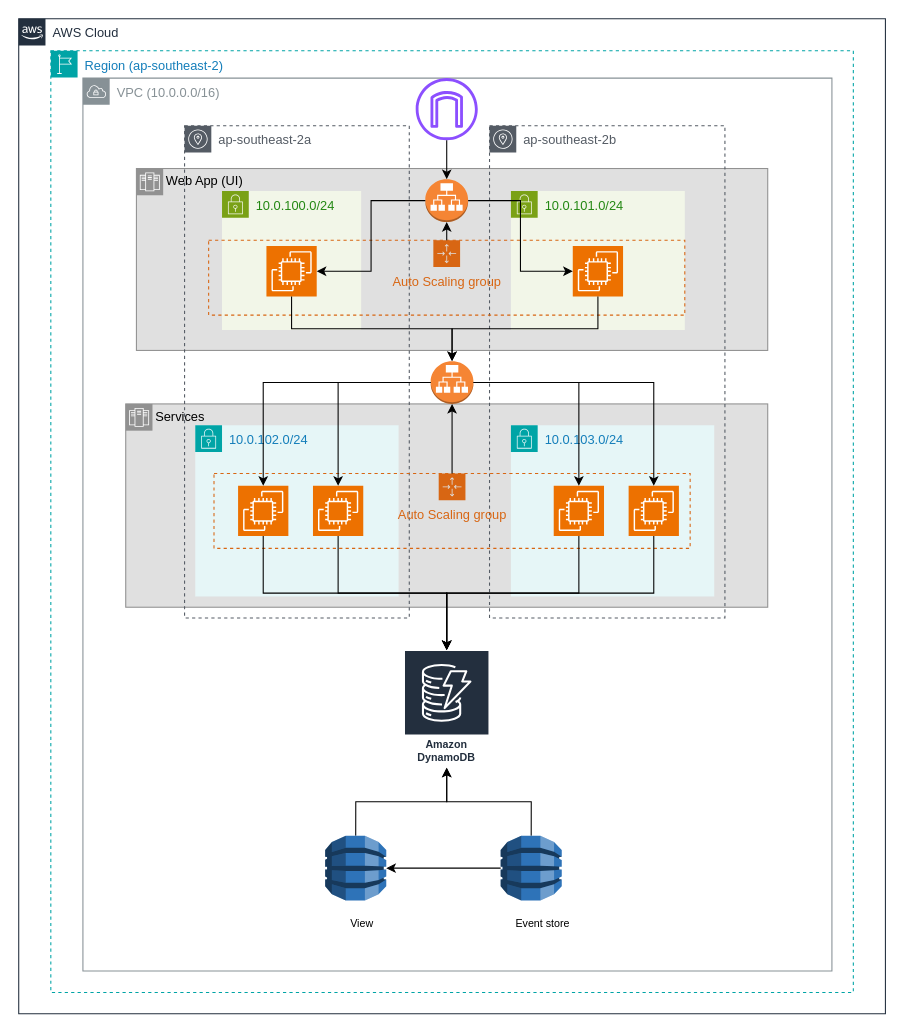
Aohk22/fcj-project-1 keeps this draw.io diagram as high-level-view.drawio. Above is the earlier version. Source tidied: cells renumbered, new cells numbered last; positions are measured from the earlier drawing's top-left corner, leaving out a move shared by most shapes. Both pictures are drawn from the tidied source at 107%, with x=0, y=0 at pixel (18, 18). Pictures stored in the file or linked from it are replaced by grey dashed boxes.
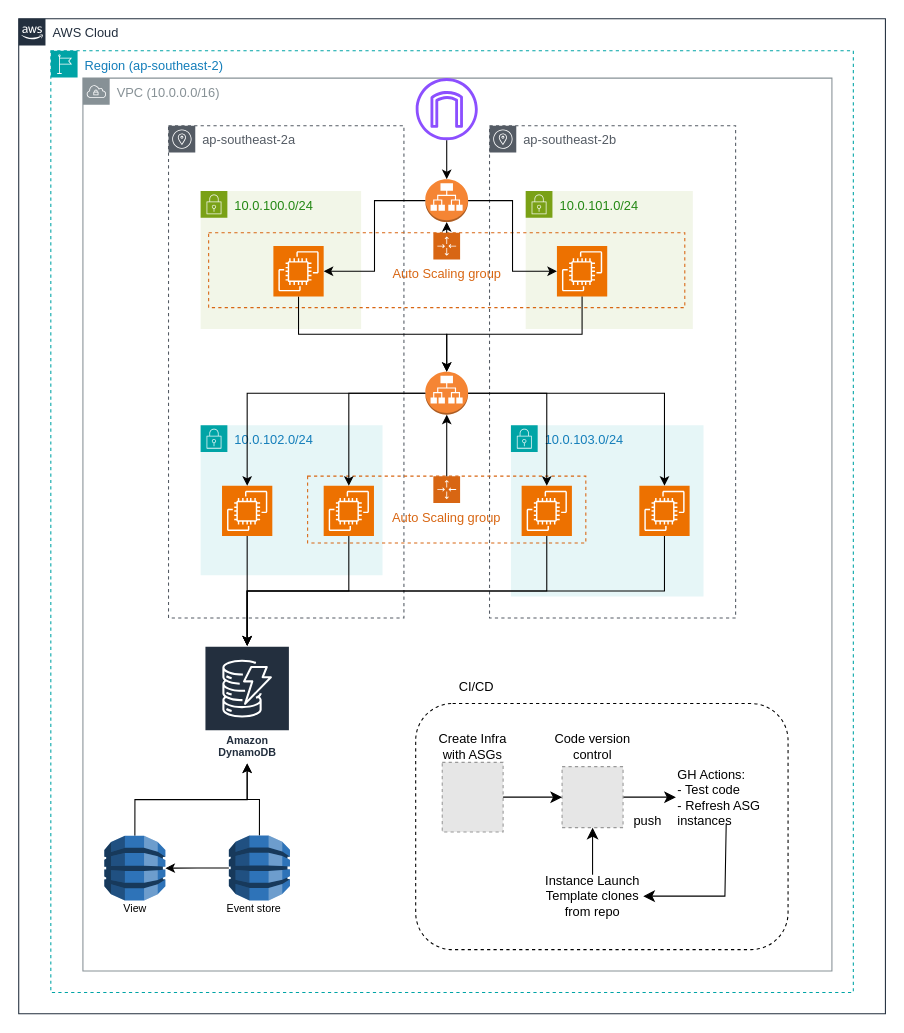
The same diagram, later.

Change to the diagram source:
```diff
@@
-    <mxCell id="3" value="Web App (UI)" style="shape=mxgraph.ibm.box;prType=zone;fontStyle=0;verticalAlign=top;align=left;spacingLeft=32;spacingTop=4;fillColor=#E0E0E0;rounded=0;whiteSpace=wrap;html=1;strokeColor=#919191;strokeWidth=1;dashed=0;spacing=-4;" parent="1" vertex="1">
-      <mxGeometry x="110" y="140" width="590" height="170" as="geometry" />
-    </mxCell>
-    <mxCell id="4" value="Services" style="shape=mxgraph.ibm.box;prType=zone;fontStyle=0;verticalAlign=top;align=left;spacingLeft=32;spacingTop=4;fillColor=#E0E0E0;rounded=0;whiteSpace=wrap;html=1;strokeColor=#919191;strokeWidth=1;dashed=0;spacing=-4;" parent="1" vertex="1">
-      <mxGeometry x="100" y="360" width="600" height="190" as="geometry" />
-    </mxCell>
+    <mxCell id="47" style="group;align=left;" parent="1" vertex="1">
+      <mxGeometry x="371" y="640" width="348" height="230" as="geometry" />
+    </mxCell>
+    <mxCell id="48" style="rounded=1;whiteSpace=wrap;html=1;fillColor=none;dashed=1;align=left;" parent="47" vertex="1">
+      <mxGeometry width="348" height="230" as="geometry" />
+    </mxCell>
+    <mxCell id="49" style="fillColor=#E6E6E6;strokeColor=#999999;dashed=1;verticalLabelPosition=bottom;verticalAlign=top;" parent="47" vertex="1">
+      <mxGeometry x="24.8" y="55" width="56.9" height="65" as="geometry" />
+    </mxCell>
+    <mxCell id="50" value="Create Infra&lt;div&gt;with ASGs&lt;/div&gt;" style="text;html=1;align=center;verticalAlign=middle;whiteSpace=wrap;rounded=0;" parent="47" vertex="1">
+      <mxGeometry x="10.8" y="25" width="85" height="30" as="geometry" />
+    </mxCell>
+    <mxCell id="51" style="edgeStyle=none;curved=1;rounded=0;jettySize=auto;html=1;exitX=1;exitY=0.5;exitDx=0;exitDy=0;entryX=0;entryY=0.5;entryDx=0;entryDy=0;fontSize=12;startSize=8;endSize=8;" parent="47" edge="1" source="52" target="55">
+      <mxGeometry relative="1" as="geometry" />
+    </mxCell>
+    <mxCell id="52" style="fillColor=#E6E6E6;strokeColor=#999999;dashed=1;html=1;verticalAlign=top;verticalLabelPosition=bottom;labelBackgroundColor=#ffffff;" parent="47" vertex="1">
+      <mxGeometry x="136.8" y="59" width="57" height="57" as="geometry" />
+    </mxCell>
+    <mxCell id="53" style="endArrow=classic;html=1;rounded=0;fontSize=12;startSize=8;endSize=8;curved=1;exitX=1;exitY=0.5;exitDx=0;exitDy=0;entryX=0;entryY=0.5;entryDx=0;entryDy=0;" parent="47" edge="1" source="49" target="52">
+      <mxGeometry relative="1" as="geometry" />
+    </mxCell>
+    <mxCell id="54" style="edgeStyle=none;curved=0;rounded=0;jettySize=auto;html=1;exitX=0.5;exitY=1;exitDx=0;exitDy=0;entryX=1;entryY=0.5;entryDx=0;entryDy=0;fontSize=12;startSize=8;endSize=8;" parent="47" edge="1" source="55" target="59">
+      <mxGeometry relative="1" as="geometry">
+        <Array as="points">
+          <mxPoint x="289" y="180" />
+        </Array>
+      </mxGeometry>
+    </mxCell>
+    <mxCell id="55" value="GH Actions:&lt;div&gt;- Test code&lt;/div&gt;&lt;div&gt;- Refresh ASG instances&lt;/div&gt;" style="text;html=1;align=left;verticalAlign=middle;whiteSpace=wrap;rounded=0;" parent="47" vertex="1">
+      <mxGeometry x="243.2" y="62.5" width="94" height="50" as="geometry" />
+    </mxCell>
+    <mxCell id="56" value="Code version control" style="text;html=1;align=center;verticalAlign=middle;whiteSpace=wrap;rounded=0;" parent="47" vertex="1">
+      <mxGeometry x="128.8" y="25" width="73" height="30" as="geometry" />
+    </mxCell>
+    <mxCell id="57" value="push" style="text;html=1;align=center;verticalAlign=middle;whiteSpace=wrap;rounded=0;" parent="47" vertex="1">
+      <mxGeometry x="193.8" y="100" width="46" height="20" as="geometry" />
+    </mxCell>
+    <mxCell id="58" style="edgeStyle=none;curved=1;rounded=0;jettySize=auto;html=1;exitX=0.5;exitY=0;exitDx=0;exitDy=0;entryX=0.5;entryY=1;entryDx=0;entryDy=0;fontSize=12;startSize=8;endSize=8;" parent="47" edge="1" source="59" target="52">
+      <mxGeometry relative="1" as="geometry" />
+    </mxCell>
+    <mxCell id="59" value="Instance Launch Template clones from repo" style="text;html=1;align=center;verticalAlign=middle;whiteSpace=wrap;rounded=0;" parent="47" vertex="1">
+      <mxGeometry x="117.9" y="160" width="94.8" height="40" as="geometry" />
+    </mxCell>
+    <mxCell id="6" value="ap-southeast-2a" style="sketch=0;gradientColor=none;html=1;whiteSpace=wrap;fontSize=12;fontStyle=0;shape=mxgraph.aws4.group;grIcon=mxgraph.aws4.group_availability_zone;strokeColor=#545B64;fillColor=none;verticalAlign=top;align=left;spacingLeft=30;fontColor=#545B64;dashed=1;" parent="1" vertex="1">
+      <mxGeometry x="140" y="100" width="220" height="460" as="geometry" />
+    </mxCell>
     <mxCell id="5" value="ap-southeast-2b" style="sketch=0;gradientColor=none;html=1;whiteSpace=wrap;fontSize=12;fontStyle=0;shape=mxgraph.aws4.group;grIcon=mxgraph.aws4.group_availability_zone;strokeColor=#545B64;fillColor=none;verticalAlign=top;align=left;spacingLeft=30;fontColor=#545B64;dashed=1;" parent="1" vertex="1">
-      <mxGeometry x="440" y="100" width="220" height="460" as="geometry" />
+      <mxGeometry x="440" y="100" width="230" height="460" as="geometry" />
     </mxCell>
-    <mxCell id="6" value="ap-southeast-2a" style="sketch=0;gradientColor=none;html=1;whiteSpace=wrap;fontSize=12;fontStyle=0;shape=mxgraph.aws4.group;grIcon=mxgraph.aws4.group_availability_zone;strokeColor=#545B64;fillColor=none;verticalAlign=top;align=left;spacingLeft=30;fontColor=#545B64;dashed=1;" parent="1" vertex="1">
-      <mxGeometry x="155" y="100" width="210" height="460" as="geometry" />
-    </mxCell>
@@
     <mxCell id="8" value="10.0.103.0/24" style="gradientColor=none;html=1;whiteSpace=wrap;fontSize=12;fontStyle=0;shape=mxgraph.aws4.group;grIcon=mxgraph.aws4.group_security_group;grStroke=0;strokeColor=#00A4A6;fillColor=#E6F6F7;verticalAlign=top;align=left;spacingLeft=30;fontColor=#147EBA;dashed=0;" parent="1" vertex="1">
-      <mxGeometry x="460" y="380" width="190" height="160" as="geometry" />
+      <mxGeometry x="460" y="380" width="180" height="160" as="geometry" />
     </mxCell>
     <mxCell id="9" style="sketch=0;points=[[0,0,0],[0.25,0,0],[0.5,0,0],[0.75,0,0],[1,0,0],[0,1,0],[0.25,1,0],[0.5,1,0],[0.75,1,0],[1,1,0],[0,0.25,0],[0,0.5,0],[0,0.75,0],[1,0.25,0],[1,0.5,0],[1,0.75,0]];outlineConnect=0;fontColor=#232F3E;fillColor=#ED7100;strokeColor=#ffffff;dashed=0;verticalLabelPosition=bottom;verticalAlign=top;align=center;html=1;fontSize=12;fontStyle=0;shape=mxgraph.aws4.resourceIcon;resIcon=mxgraph.aws4.ec2;" parent="8" vertex="1">
-      <mxGeometry x="40" y="56.5" width="47" height="47" as="geometry" />
+      <mxGeometry x="10" y="56.5" width="47" height="47" as="geometry" />
     </mxCell>
     <mxCell id="10" style="sketch=0;points=[[0,0,0],[0.25,0,0],[0.5,0,0],[0.75,0,0],[1,0,0],[0,1,0],[0.25,1,0],[0.5,1,0],[0.75,1,0],[1,1,0],[0,0.25,0],[0,0.5,0],[0,0.75,0],[1,0.25,0],[1,0.5,0],[1,0.75,0]];outlineConnect=0;fontColor=#232F3E;fillColor=#ED7100;strokeColor=#ffffff;dashed=0;verticalLabelPosition=bottom;verticalAlign=top;align=center;html=1;fontSize=12;fontStyle=0;shape=mxgraph.aws4.resourceIcon;resIcon=mxgraph.aws4.ec2;" parent="8" vertex="1">
-      <mxGeometry x="110" y="56.5" width="47" height="47" as="geometry" />
+      <mxGeometry x="120" y="56.5" width="47" height="47" as="geometry" />
     </mxCell>
     <mxCell id="11" value="10.0.100.0/24" style="gradientColor=none;html=1;whiteSpace=wrap;fontSize=12;fontStyle=0;shape=mxgraph.aws4.group;grIcon=mxgraph.aws4.group_security_group;grStroke=0;strokeColor=#7AA116;fillColor=#F2F6E8;verticalAlign=top;align=left;spacingLeft=30;fontColor=#248814;dashed=0;" parent="1" vertex="1">
-      <mxGeometry x="190" y="161" width="130" height="130" as="geometry" />
+      <mxGeometry x="170" y="161" width="150" height="129" as="geometry" />
     </mxCell>
     <mxCell id="12" value="10.0.102.0/24" style="gradientColor=none;html=1;whiteSpace=wrap;fontSize=12;fontStyle=0;shape=mxgraph.aws4.group;grIcon=mxgraph.aws4.group_security_group;grStroke=0;strokeColor=#00A4A6;fillColor=#E6F6F7;verticalAlign=top;align=left;spacingLeft=30;fontColor=#147EBA;dashed=0;" parent="1" vertex="1">
-      <mxGeometry x="165" y="380" width="190" height="160" as="geometry" />
+      <mxGeometry x="170" y="380" width="170" height="140" as="geometry" />
     </mxCell>
     <mxCell id="13" style="sketch=0;points=[[0,0,0],[0.25,0,0],[0.5,0,0],[0.75,0,0],[1,0,0],[0,1,0],[0.25,1,0],[0.5,1,0],[0.75,1,0],[1,1,0],[0,0.25,0],[0,0.5,0],[0,0.75,0],[1,0.25,0],[1,0.5,0],[1,0.75,0]];outlineConnect=0;fontColor=#232F3E;fillColor=#ED7100;strokeColor=#ffffff;dashed=0;verticalLabelPosition=bottom;verticalAlign=top;align=center;html=1;fontSize=12;fontStyle=0;shape=mxgraph.aws4.resourceIcon;resIcon=mxgraph.aws4.ec2;" parent="12" vertex="1">
-      <mxGeometry x="40" y="56.5" width="47" height="47" as="geometry" />
+      <mxGeometry x="20" y="56.5" width="47" height="47" as="geometry" />
     </mxCell>
     <mxCell id="14" style="sketch=0;points=[[0,0,0],[0.25,0,0],[0.5,0,0],[0.75,0,0],[1,0,0],[0,1,0],[0.25,1,0],[0.5,1,0],[0.75,1,0],[1,1,0],[0,0.25,0],[0,0.5,0],[0,0.75,0],[1,0.25,0],[1,0.5,0],[1,0.75,0]];outlineConnect=0;fontColor=#232F3E;fillColor=#ED7100;strokeColor=#ffffff;dashed=0;verticalLabelPosition=bottom;verticalAlign=top;align=center;html=1;fontSize=12;fontStyle=0;shape=mxgraph.aws4.resourceIcon;resIcon=mxgraph.aws4.ec2;" parent="12" vertex="1">
-      <mxGeometry x="110" y="56.5" width="47" height="47" as="geometry" />
+      <mxGeometry x="115" y="56.5" width="47" height="47" as="geometry" />
     </mxCell>
@@
     <mxCell id="17" value="Auto Scaling group" style="points=[[0,0],[0.25,0],[0.5,0],[0.75,0],[1,0],[1,0.25],[1,0.5],[1,0.75],[1,1],[0.75,1],[0.5,1],[0.25,1],[0,1],[0,0.75],[0,0.5],[0,0.25]];outlineConnect=0;gradientColor=none;html=1;whiteSpace=wrap;fontSize=12;fontStyle=0;shape=mxgraph.aws4.groupCenter;grIcon=mxgraph.aws4.group_auto_scaling_group;grStroke=1;strokeColor=#D86613;fillColor=none;verticalAlign=top;align=center;fontColor=#D86613;dashed=1;spacingTop=25;" parent="1" vertex="1">
-      <mxGeometry x="182.5" y="425" width="445" height="70" as="geometry" />
+      <mxGeometry x="270" y="427.5" width="260" height="62.5" as="geometry" />
     </mxCell>
@@
     <mxCell id="19" value="10.0.101.0/24" style="gradientColor=none;html=1;whiteSpace=wrap;fontSize=12;fontStyle=0;shape=mxgraph.aws4.group;grIcon=mxgraph.aws4.group_security_group;grStroke=0;strokeColor=#7AA116;fillColor=#F2F6E8;verticalAlign=top;align=left;spacingLeft=30;fontColor=#248814;dashed=0;" parent="1" vertex="1">
-      <mxGeometry x="460" y="161" width="162.5" height="130" as="geometry" />
+      <mxGeometry x="473.8" y="161" width="156.2" height="129" as="geometry" />
     </mxCell>
     <mxCell id="20" style="sketch=0;points=[[0,0,0],[0.25,0,0],[0.5,0,0],[0.75,0,0],[1,0,0],[0,1,0],[0.25,1,0],[0.5,1,0],[0.75,1,0],[1,1,0],[0,0.25,0],[0,0.5,0],[0,0.75,0],[1,0.25,0],[1,0.5,0],[1,0.75,0]];outlineConnect=0;fontColor=#232F3E;fillColor=#ED7100;strokeColor=#ffffff;dashed=0;verticalLabelPosition=bottom;verticalAlign=top;align=center;html=1;fontSize=12;fontStyle=0;shape=mxgraph.aws4.resourceIcon;resIcon=mxgraph.aws4.ec2;" parent="19" vertex="1">
-      <mxGeometry x="57.8" y="51.5" width="47" height="47" as="geometry" />
+      <mxGeometry x="29.2" y="51.5" width="47" height="47" as="geometry" />
     </mxCell>
-    <mxCell id="21" style="sketch=0;points=[[0,0,0],[0.25,0,0],[0.5,0,0],[0.75,0,0],[1,0,0],[0,1,0],[0.25,1,0],[0.5,1,0],[0.75,1,0],[1,1,0],[0,0.25,0],[0,0.5,0],[0,0.75,0],[1,0.25,0],[1,0.5,0],[1,0.75,0]];outlineConnect=0;fontColor=#232F3E;fillColor=#ED7100;strokeColor=#ffffff;dashed=0;verticalLabelPosition=bottom;verticalAlign=top;align=center;html=1;fontSize=12;fontStyle=0;shape=mxgraph.aws4.resourceIcon;resIcon=mxgraph.aws4.ec2;" parent="19" vertex="1">
-      <mxGeometry x="-228.5" y="51.5" width="47" height="47" as="geometry" />
-    </mxCell>
     <mxCell id="22" value="Amazon DynamoDB" style="sketch=0;outlineConnect=0;fontColor=#232F3E;gradientColor=none;strokeColor=#ffffff;fillColor=#232F3E;dashed=0;verticalLabelPosition=middle;verticalAlign=bottom;align=center;html=1;whiteSpace=wrap;fontSize=10;fontStyle=1;spacing=3;shape=mxgraph.aws4.productIcon;prIcon=mxgraph.aws4.dynamodb;" parent="1" vertex="1">
-      <mxGeometry x="360" y="590" width="80" height="110" as="geometry" />
+      <mxGeometry x="173.5" y="586" width="80" height="110" as="geometry" />
     </mxCell>
@@
     <mxCell id="29" value="Auto Scaling group" style="points=[[0,0],[0.25,0],[0.5,0],[0.75,0],[1,0],[1,0.25],[1,0.5],[1,0.75],[1,1],[0.75,1],[0.5,1],[0.25,1],[0,1],[0,0.75],[0,0.5],[0,0.25]];outlineConnect=0;gradientColor=none;html=1;whiteSpace=wrap;fontSize=12;fontStyle=0;shape=mxgraph.aws4.groupCenter;grIcon=mxgraph.aws4.group_auto_scaling_group;grStroke=1;strokeColor=#D86613;fillColor=none;verticalAlign=top;align=center;fontColor=#D86613;dashed=1;spacingTop=25;" parent="1" vertex="1">
-      <mxGeometry x="177.5" y="207" width="445" height="70" as="geometry" />
+      <mxGeometry x="177.5" y="200" width="445" height="70" as="geometry" />
     </mxCell>
@@
     <mxCell id="33" style="outlineConnect=0;dashed=0;verticalLabelPosition=bottom;verticalAlign=top;align=center;html=1;shape=mxgraph.aws3.application_load_balancer;fillColor=#F58534;gradientColor=none;" parent="1" vertex="1">
-      <mxGeometry x="385" y="320" width="40" height="40" as="geometry" />
+      <mxGeometry x="380" y="330" width="40" height="40" as="geometry" />
     </mxCell>
@@
+    <mxCell id="21" style="sketch=0;points=[[0,0,0],[0.25,0,0],[0.5,0,0],[0.75,0,0],[1,0,0],[0,1,0],[0.25,1,0],[0.5,1,0],[0.75,1,0],[1,1,0],[0,0.25,0],[0,0.5,0],[0,0.75,0],[1,0.25,0],[1,0.5,0],[1,0.75,0]];outlineConnect=0;fontColor=#232F3E;fillColor=#ED7100;strokeColor=#ffffff;dashed=0;verticalLabelPosition=bottom;verticalAlign=top;align=center;html=1;fontSize=12;fontStyle=0;shape=mxgraph.aws4.resourceIcon;resIcon=mxgraph.aws4.ec2;" parent="1" vertex="1">
+      <mxGeometry x="238" y="212.5" width="47" height="47" as="geometry" />
+    </mxCell>
+    <mxCell id="60" style="group;" parent="1" vertex="1">
+      <mxGeometry x="170" y="763.3" width="100" height="89" as="geometry" />
+    </mxCell>
+    <mxCell id="45" style="outlineConnect=0;dashed=0;verticalLabelPosition=bottom;verticalAlign=top;align=center;html=1;shape=mxgraph.aws3.dynamo_db;fillColor=#2E73B8;gradientColor=none;" parent="60" vertex="1">
+      <mxGeometry x="26.4" width="57.1" height="60.7" as="geometry" />
+    </mxCell>
+    <mxCell id="46" value="Event store" style="text;html=1;align=center;verticalAlign=middle;whiteSpace=wrap;rounded=0;fontSize=10;" parent="60" vertex="1">
+      <mxGeometry y="46.7" width="100" height="42.3" as="geometry" />
+    </mxCell>
+    <mxCell id="61" style="group;" parent="1" vertex="1">
+      <mxGeometry x="58.6" y="763.5" width="100" height="88.8" as="geometry" />
+    </mxCell>
-    <mxCell id="43" style="outlineConnect=0;dashed=0;verticalLabelPosition=bottom;verticalAlign=top;align=center;html=1;shape=mxgraph.aws3.dynamo_db;fillColor=#2E73B8;gradientColor=none;" parent="1" vertex="1">
-      <mxGeometry x="286.4" y="763.5" width="57.1" height="60.7" as="geometry" />
+    <mxCell id="43" style="outlineConnect=0;dashed=0;verticalLabelPosition=bottom;verticalAlign=top;align=center;html=1;shape=mxgraph.aws3.dynamo_db;fillColor=#2E73B8;gradientColor=none;" parent="61" vertex="1">
+      <mxGeometry x="21.4" width="57.1" height="60.7" as="geometry" />
     </mxCell>
-    <mxCell id="44" value="View" style="text;html=1;align=center;verticalAlign=middle;whiteSpace=wrap;rounded=0;fontSize=10;" parent="1" vertex="1">
-      <mxGeometry x="271" y="824.2" width="100" height="42.3" as="geometry" />
+    <mxCell id="44" value="View" style="text;html=1;align=center;verticalAlign=middle;whiteSpace=wrap;rounded=0;fontSize=10;" parent="61" vertex="1">
+      <mxGeometry y="46.5" width="100" height="42.3" as="geometry" />
     </mxCell>
-    <mxCell id="45" style="outlineConnect=0;dashed=0;verticalLabelPosition=bottom;verticalAlign=top;align=center;html=1;shape=mxgraph.aws3.dynamo_db;fillColor=#2E73B8;gradientColor=none;" parent="1" vertex="1">
-      <mxGeometry x="450.4" y="763.5" width="57.1" height="60.7" as="geometry" />
-    </mxCell>
-    <mxCell id="46" value="Event store" style="text;html=1;align=center;verticalAlign=middle;whiteSpace=wrap;rounded=0;fontSize=10;" parent="1" vertex="1">
-      <mxGeometry x="440" y="824.2" width="100" height="42.3" as="geometry" />
-    </mxCell>
+    <mxCell id="62" value="CI/CD" style="text;html=1;align=center;verticalAlign=middle;whiteSpace=wrap;rounded=0;" parent="1" vertex="1">
+      <mxGeometry x="397.6" y="610" width="60" height="30" as="geometry" />
+    </mxCell>
```
